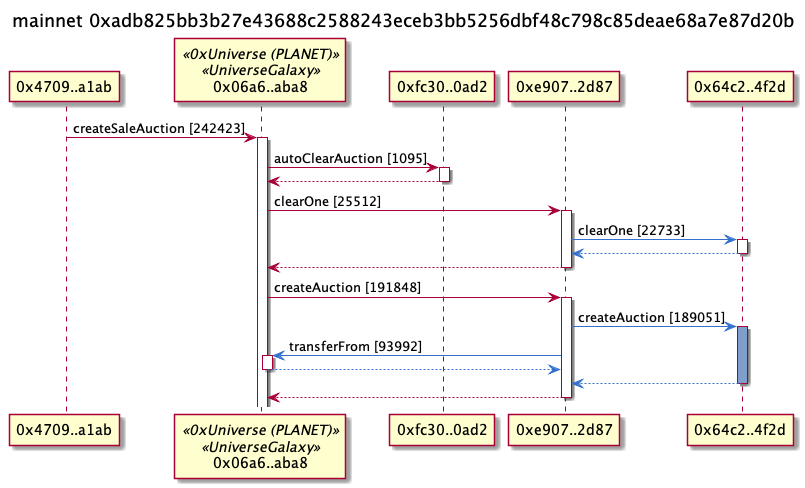
Before: examples/0xUniverse.png, a diagram exported from PlantUML (naddison36/tx2uml). Source of this version:
```plantuml
@startuml
title mainnet 0xadb825bb3b27e43688c2588243eceb3bb5256dbf48c798c85deae68a7e87d20b
participant "0x4709..a1ab" as 4709a1ab
participant "0x06a6..aba8" as 06a6aba8 <<0xUniverse (PLANET)>><<UniverseGalaxy>>
participant "0xfc30..0ad2" as fc300ad2
participant "0xe907..2d87" as e9072d87
participant "0x64c2..4f2d" as 64c24f2d

4709a1ab -> 06a6aba8: createSaleAuction [242423]
activate 06a6aba8
06a6aba8 -> fc300ad2: autoClearAuction [1095]
activate fc300ad2
return
06a6aba8 -> e9072d87: clearOne [25512]
activate e9072d87
e9072d87 -[#3471CD]> 64c24f2d: clearOne [22733]
activate 64c24f2d
return
return
06a6aba8 -> e9072d87: createAuction [191848]
activate e9072d87
e9072d87 -[#3471CD]> 64c24f2d: createAuction [189051]
activate 64c24f2d #809ECB
e9072d87 -[#3471CD]> 06a6aba8: transferFrom [93992]
activate 06a6aba8
return
return
return

@endumls
```
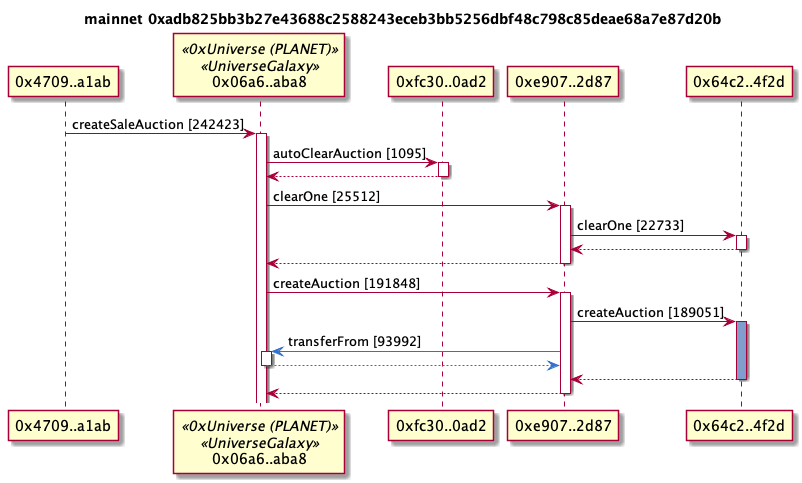
Later version of the same file.

What changed in the source:
```diff
@@ -13,13 +13,13 @@
 return
 06a6aba8 -> e9072d87: clearOne [25512]
 activate e9072d87
-e9072d87 -[#3471CD]> 64c24f2d: clearOne [22733]
+e9072d87 -> 64c24f2d: clearOne [22733]
 activate 64c24f2d
 return
 return
 06a6aba8 -> e9072d87: createAuction [191848]
 activate e9072d87
-e9072d87 -[#3471CD]> 64c24f2d: createAuction [189051]
+e9072d87 -> 64c24f2d: createAuction [189051]
 activate 64c24f2d #809ECB
 e9072d87 -[#3471CD]> 06a6aba8: transferFrom [93992]
 activate 06a6aba8
```
